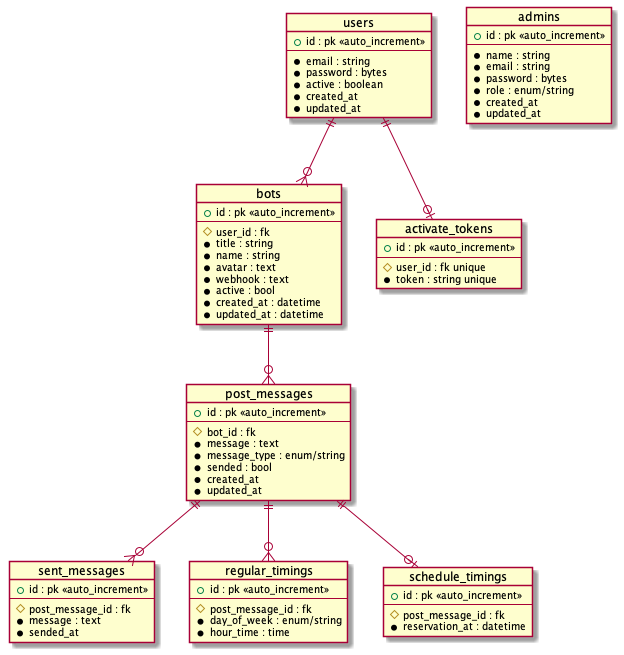
Earlier version of the PlantUML export document/design/er.png (takemo101/dc-scheduler).
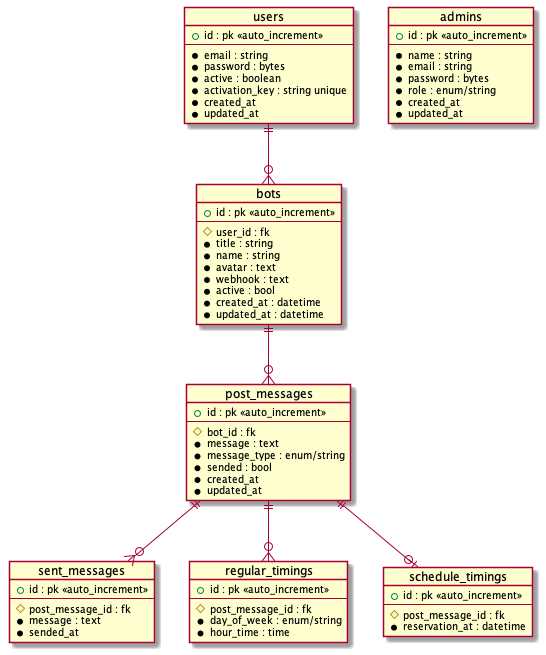
Above is the later version.

Diff of the diagram source:
```diff
@@ -65,18 +65,11 @@
     * email : string
     * password : bytes
     * active : boolean
+    * activation_key : string unique
     * created_at
     * updated_at
 }
 
-object activate_tokens {
-    + id : pk <<auto_increment>>
-    --
-    # user_id : fk unique
-    * token : string unique
-}
-
-users ||--o| activate_tokens
 users ||--o{ bots
 bots ||--o{ post_messages
 post_messages ||--o{ regular_timings
```
